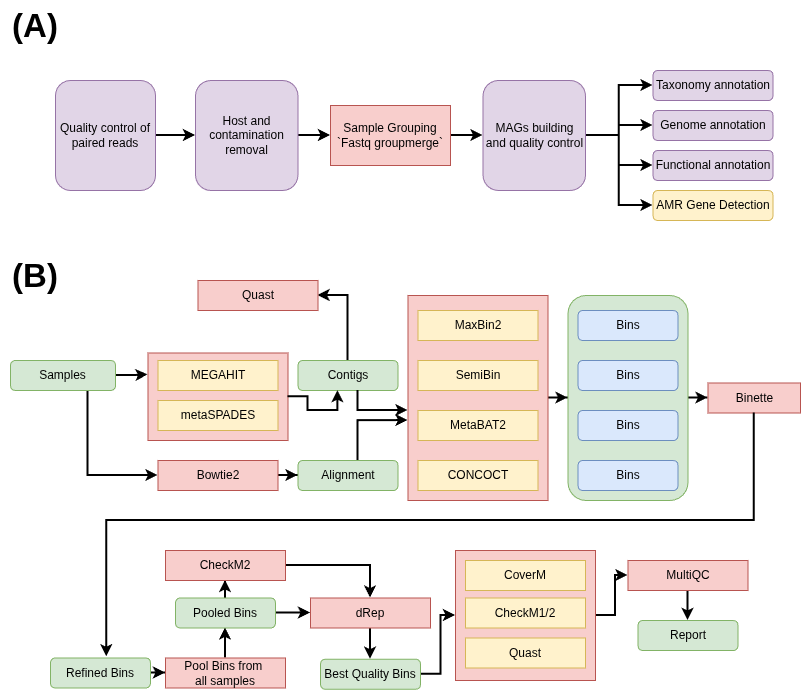
The draw.io diagram Docs/Publication/FAIRyMAGs flowchart.drawio.png in usegalaxy-eu/FAIRyMAGs, before a commit. Source tidied: cells renumbered, new cells last; positions are measured from the earlier drawing's top-left corner, leaving out a move shared by most shapes. Its diagram source:
```xml
<mxGraphModel>
  <root>
    <mxCell id="0" />
    <mxCell id="1" parent="0" />
    <mxCell id="2" style="rounded=0;whiteSpace=wrap;html=1;fillColor=#f8cecc;strokeColor=#b85450;" parent="1" vertex="1">
      <mxGeometry x="147.5" y="352.5" width="140" height="87.5" as="geometry" />
    </mxCell>
    <mxCell id="3" style="edgeStyle=orthogonalEdgeStyle;rounded=0;jettySize=auto;html=1;strokeWidth=2;" parent="1" edge="1" source="4" target="43">
      <mxGeometry relative="1" as="geometry" />
    </mxCell>
    <mxCell id="4" style="rounded=0;whiteSpace=wrap;html=1;fillColor=#f8cecc;strokeColor=#b85450;" parent="1" vertex="1">
      <mxGeometry x="455" y="550" width="140" height="130" as="geometry" />
    </mxCell>
    <mxCell id="5" style="edgeStyle=orthogonalEdgeStyle;rounded=0;jettySize=auto;html=1;strokeWidth=2;" parent="1" edge="1" source="6" target="27">
      <mxGeometry relative="1" as="geometry" />
    </mxCell>
    <mxCell id="6" style="rounded=1;whiteSpace=wrap;html=1;fillColor=#d5e8d4;strokeColor=#82b366;" parent="1" vertex="1">
      <mxGeometry x="567.5" y="295" width="120" height="205" as="geometry" />
    </mxCell>
    <mxCell id="7" style="edgeStyle=orthogonalEdgeStyle;rounded=0;jettySize=auto;html=1;entryX=0;entryY=0.5;entryDx=0;entryDy=0;strokeWidth=2;" parent="1" edge="1" source="8" target="6">
      <mxGeometry relative="1" as="geometry" />
    </mxCell>
    <mxCell id="8" style="rounded=0;whiteSpace=wrap;html=1;fillColor=#f8cecc;strokeColor=#b85450;" parent="1" vertex="1">
      <mxGeometry x="407.5" y="295" width="140" height="205" as="geometry" />
    </mxCell>
    <mxCell id="9" style="edgeStyle=orthogonalEdgeStyle;rounded=0;jettySize=auto;html=1;entryX=0;entryY=0.5;entryDx=0;entryDy=0;strokeWidth=2;" parent="1" edge="1" source="11" target="17">
      <mxGeometry relative="1" as="geometry">
        <Array as="points">
          <mxPoint x="87.5" y="475" />
        </Array>
      </mxGeometry>
    </mxCell>
    <mxCell id="10" style="edgeStyle=orthogonalEdgeStyle;rounded=0;jettySize=auto;html=1;entryX=0;entryY=0.25;entryDx=0;entryDy=0;strokeWidth=2;" parent="1" edge="1" source="11" target="2">
      <mxGeometry relative="1" as="geometry" />
    </mxCell>
    <mxCell id="11" value="Samples" style="rounded=1;whiteSpace=wrap;html=1;fillColor=#d5e8d4;strokeColor=#82b366;" parent="1" vertex="1">
      <mxGeometry x="10" y="360" width="105" height="30" as="geometry" />
    </mxCell>
    <mxCell id="12" style="edgeStyle=orthogonalEdgeStyle;rounded=0;jettySize=auto;html=1;entryX=1;entryY=0.5;entryDx=0;entryDy=0;strokeWidth=2;" parent="1" edge="1" source="13" target="14">
      <mxGeometry relative="1" as="geometry" />
    </mxCell>
    <mxCell id="13" value="Contigs" style="rounded=1;whiteSpace=wrap;html=1;fillColor=#d5e8d4;strokeColor=#82b366;" parent="1" vertex="1">
      <mxGeometry x="297.5" y="360" width="100" height="30" as="geometry" />
    </mxCell>
    <mxCell id="14" value="Quast" style="rounded=0;whiteSpace=wrap;html=1;fillColor=#f8cecc;strokeColor=#b85450;" parent="1" vertex="1">
      <mxGeometry x="197.5" y="280" width="120" height="30" as="geometry" />
    </mxCell>
    <mxCell id="15" value="MEGAHIT" style="rounded=0;whiteSpace=wrap;html=1;fillColor=#fff2cc;strokeColor=#d6b656;" parent="1" vertex="1">
      <mxGeometry x="157.5" y="360" width="120" height="30" as="geometry" />
    </mxCell>
    <mxCell id="16" style="edgeStyle=orthogonalEdgeStyle;rounded=0;jettySize=auto;html=1;entryX=0;entryY=0.5;entryDx=0;entryDy=0;strokeWidth=2;" parent="1" edge="1" source="17" target="23">
      <mxGeometry relative="1" as="geometry" />
    </mxCell>
    <mxCell id="17" value="Bowtie2" style="rounded=0;whiteSpace=wrap;html=1;fillColor=#f8cecc;strokeColor=#b85450;" parent="1" vertex="1">
      <mxGeometry x="157.5" y="460" width="120" height="30" as="geometry" />
    </mxCell>
    <mxCell id="18" value="MaxBin2" style="rounded=0;whiteSpace=wrap;html=1;fillColor=#fff2cc;strokeColor=#d6b656;" parent="1" vertex="1">
      <mxGeometry x="417.5" y="310" width="120" height="30" as="geometry" />
    </mxCell>
    <mxCell id="19" value="SemiBin" style="rounded=0;whiteSpace=wrap;html=1;fillColor=#fff2cc;strokeColor=#d6b656;" parent="1" vertex="1">
      <mxGeometry x="417.5" y="360" width="120" height="30" as="geometry" />
    </mxCell>
    <mxCell id="20" value="MetaBAT2" style="rounded=0;whiteSpace=wrap;html=1;fillColor=#fff2cc;strokeColor=#d6b656;" parent="1" vertex="1">
      <mxGeometry x="417.5" y="410" width="120" height="30" as="geometry" />
    </mxCell>
    <mxCell id="21" value="CONCOCT" style="rounded=0;whiteSpace=wrap;html=1;fillColor=#fff2cc;strokeColor=#d6b656;" parent="1" vertex="1">
      <mxGeometry x="417.5" y="460" width="120" height="30" as="geometry" />
    </mxCell>
    <mxCell id="22" value="Bins" style="rounded=1;whiteSpace=wrap;html=1;fillColor=#dae8fc;strokeColor=#6c8ebf;" parent="1" vertex="1">
      <mxGeometry x="577.5" y="360" width="100" height="30" as="geometry" />
    </mxCell>
    <mxCell id="23" value="Alignment" style="rounded=1;whiteSpace=wrap;html=1;fillColor=#d5e8d4;strokeColor=#82b366;" parent="1" vertex="1">
      <mxGeometry x="297.5" y="460" width="100" height="30" as="geometry" />
    </mxCell>
    <mxCell id="24" value="Bins" style="rounded=1;whiteSpace=wrap;html=1;fillColor=#dae8fc;strokeColor=#6c8ebf;" parent="1" vertex="1">
      <mxGeometry x="577.5" y="310" width="100" height="30" as="geometry" />
    </mxCell>
    <mxCell id="25" value="Bins" style="rounded=1;whiteSpace=wrap;html=1;fillColor=#dae8fc;strokeColor=#6c8ebf;" parent="1" vertex="1">
      <mxGeometry x="577.5" y="410" width="100" height="30" as="geometry" />
    </mxCell>
    <mxCell id="26" value="Bins" style="rounded=1;whiteSpace=wrap;html=1;fillColor=#dae8fc;strokeColor=#6c8ebf;" parent="1" vertex="1">
      <mxGeometry x="577.5" y="460" width="100" height="30" as="geometry" />
    </mxCell>
    <mxCell id="27" value="Binette" style="rounded=0;whiteSpace=wrap;html=1;fillColor=#f8cecc;strokeColor=#b85450;" parent="1" vertex="1">
      <mxGeometry x="707.5" y="382.5" width="92.5" height="30" as="geometry" />
    </mxCell>
    <mxCell id="28" style="edgeStyle=orthogonalEdgeStyle;rounded=0;jettySize=auto;html=1;strokeWidth=2;" parent="1" edge="1" source="29" target="31">
      <mxGeometry relative="1" as="geometry" />
    </mxCell>
    <mxCell id="29" value="Refined Bins" style="rounded=1;whiteSpace=wrap;html=1;fillColor=#d5e8d4;strokeColor=#82b366;" parent="1" vertex="1">
      <mxGeometry x="50" y="657.5" width="100" height="30" as="geometry" />
    </mxCell>
    <mxCell id="30" style="edgeStyle=orthogonalEdgeStyle;rounded=0;jettySize=auto;html=1;entryX=0.5;entryY=1;entryDx=0;entryDy=0;strokeWidth=2;" parent="1" edge="1" source="31" target="36">
      <mxGeometry relative="1" as="geometry" />
    </mxCell>
    <mxCell id="31" value="Pool Bins from&amp;nbsp;&lt;div&gt;all samples&lt;/div&gt;" style="rounded=0;whiteSpace=wrap;html=1;fillColor=#f8cecc;strokeColor=#b85450;" parent="1" vertex="1">
      <mxGeometry x="165" y="657.5" width="120" height="30" as="geometry" />
    </mxCell>
    <mxCell id="32" style="edgeStyle=orthogonalEdgeStyle;rounded=0;jettySize=auto;html=1;entryX=0;entryY=0.5;entryDx=0;entryDy=0;strokeWidth=2;" parent="1" edge="1" source="33" target="4">
      <mxGeometry relative="1" as="geometry">
        <Array as="points">
          <mxPoint x="440.5" y="674" />
          <mxPoint x="440.5" y="615" />
        </Array>
      </mxGeometry>
    </mxCell>
    <mxCell id="33" value="Best Quality Bins" style="rounded=1;whiteSpace=wrap;html=1;fillColor=#d5e8d4;strokeColor=#82b366;" parent="1" vertex="1">
      <mxGeometry x="320" y="658.8" width="100" height="30" as="geometry" />
    </mxCell>
    <mxCell id="34" style="edgeStyle=orthogonalEdgeStyle;rounded=0;jettySize=auto;html=1;entryX=0;entryY=0.5;entryDx=0;entryDy=0;strokeWidth=2;" parent="1" edge="1" source="36" target="38">
      <mxGeometry relative="1" as="geometry" />
    </mxCell>
    <mxCell id="35" style="edgeStyle=orthogonalEdgeStyle;rounded=0;jettySize=auto;html=1;entryX=0.5;entryY=1;entryDx=0;entryDy=0;strokeWidth=2;" parent="1" edge="1" source="36" target="48">
      <mxGeometry relative="1" as="geometry" />
    </mxCell>
    <mxCell id="36" value="Pooled Bins" style="rounded=1;whiteSpace=wrap;html=1;fillColor=#d5e8d4;strokeColor=#82b366;" parent="1" vertex="1">
      <mxGeometry x="175" y="597.5" width="100" height="30" as="geometry" />
    </mxCell>
    <mxCell id="37" style="edgeStyle=orthogonalEdgeStyle;rounded=0;jettySize=auto;html=1;entryX=0.5;entryY=0;entryDx=0;entryDy=0;strokeWidth=2;" parent="1" edge="1" source="38" target="33">
      <mxGeometry relative="1" as="geometry" />
    </mxCell>
    <mxCell id="38" value="dRep" style="rounded=0;whiteSpace=wrap;html=1;fillColor=#f8cecc;strokeColor=#b85450;" parent="1" vertex="1">
      <mxGeometry x="310" y="597.5" width="120" height="30" as="geometry" />
    </mxCell>
    <mxCell id="39" value="CoverM" style="rounded=0;whiteSpace=wrap;html=1;fillColor=#fff2cc;strokeColor=#d6b656;" parent="1" vertex="1">
      <mxGeometry x="465" y="560" width="120" height="30" as="geometry" />
    </mxCell>
    <mxCell id="40" value="CheckM1/2" style="rounded=0;whiteSpace=wrap;html=1;fillColor=#fff2cc;strokeColor=#d6b656;" parent="1" vertex="1">
      <mxGeometry x="465" y="597.5" width="120" height="30" as="geometry" />
    </mxCell>
    <mxCell id="41" value="Quast" style="rounded=0;whiteSpace=wrap;html=1;fillColor=#fff2cc;strokeColor=#d6b656;" parent="1" vertex="1">
      <mxGeometry x="465" y="637.5" width="120" height="30" as="geometry" />
    </mxCell>
    <mxCell id="42" style="edgeStyle=orthogonalEdgeStyle;rounded=0;jettySize=auto;html=1;entryX=0.5;entryY=0;entryDx=0;entryDy=0;strokeWidth=2;" parent="1" edge="1" source="43" target="44">
      <mxGeometry relative="1" as="geometry" />
    </mxCell>
    <mxCell id="43" value="MultiQC" style="rounded=0;whiteSpace=wrap;html=1;fillColor=#f8cecc;strokeColor=#b85450;" parent="1" vertex="1">
      <mxGeometry x="627.5" y="560" width="120" height="30" as="geometry" />
    </mxCell>
    <mxCell id="44" value="Report" style="rounded=1;whiteSpace=wrap;html=1;fillColor=#d5e8d4;strokeColor=#82b366;" parent="1" vertex="1">
      <mxGeometry x="637.5" y="620" width="100" height="30" as="geometry" />
    </mxCell>
    <mxCell id="45" style="edgeStyle=orthogonalEdgeStyle;rounded=0;jettySize=auto;html=1;entryX=0;entryY=0.61;entryDx=0;entryDy=0;entryPerimeter=0;strokeWidth=2;" parent="1" edge="1" source="23" target="8">
      <mxGeometry relative="1" as="geometry">
        <Array as="points">
          <mxPoint x="357.5" y="420" />
        </Array>
      </mxGeometry>
    </mxCell>
    <mxCell id="46" style="edgeStyle=orthogonalEdgeStyle;rounded=0;jettySize=auto;html=1;entryX=0;entryY=0.561;entryDx=0;entryDy=0;entryPerimeter=0;strokeWidth=2;" parent="1" edge="1" source="13" target="8">
      <mxGeometry relative="1" as="geometry">
        <Array as="points">
          <mxPoint x="357.5" y="410" />
        </Array>
      </mxGeometry>
    </mxCell>
    <mxCell id="47" style="edgeStyle=orthogonalEdgeStyle;rounded=0;jettySize=auto;html=1;entryX=0.5;entryY=0;entryDx=0;entryDy=0;strokeWidth=2;" parent="1" edge="1" source="48" target="38">
      <mxGeometry relative="1" as="geometry" />
    </mxCell>
    <mxCell id="48" value="CheckM2" style="rounded=0;whiteSpace=wrap;html=1;fillColor=#f8cecc;strokeColor=#b85450;" parent="1" vertex="1">
      <mxGeometry x="165" y="550" width="120" height="30" as="geometry" />
    </mxCell>
    <mxCell id="49" value="metaSPADES" style="rounded=0;whiteSpace=wrap;html=1;fillColor=#fff2cc;strokeColor=#d6b656;" parent="1" vertex="1">
      <mxGeometry x="157.5" y="400" width="120" height="30" as="geometry" />
    </mxCell>
    <mxCell id="50" style="edgeStyle=orthogonalEdgeStyle;rounded=0;jettySize=auto;html=1;entryX=0.399;entryY=1.005;entryDx=0;entryDy=0;entryPerimeter=0;strokeWidth=2;" parent="1" edge="1" source="2" target="13">
      <mxGeometry relative="1" as="geometry" />
    </mxCell>
    <mxCell id="51" style="edgeStyle=orthogonalEdgeStyle;rounded=0;jettySize=auto;html=1;entryX=0;entryY=0.5;entryDx=0;entryDy=0;strokeWidth=2;" parent="1" edge="1" source="52" target="54">
      <mxGeometry relative="1" as="geometry" />
    </mxCell>
    <mxCell id="52" value="Quality control of paired reads" style="rounded=1;whiteSpace=wrap;html=1;fillColor=#e1d5e7;strokeColor=#9673a6;" parent="1" vertex="1">
      <mxGeometry x="55" y="80" width="100" height="110" as="geometry" />
    </mxCell>
    <mxCell id="53" style="edgeStyle=orthogonalEdgeStyle;rounded=0;jettySize=auto;html=1;strokeWidth=2;" parent="1" edge="1" source="54" target="56">
      <mxGeometry relative="1" as="geometry" />
    </mxCell>
    <mxCell id="54" value="Host and contamination removal" style="rounded=1;whiteSpace=wrap;html=1;fillColor=#e1d5e7;strokeColor=#9673a6;" parent="1" vertex="1">
      <mxGeometry x="195" y="80" width="102.5" height="110" as="geometry" />
    </mxCell>
    <mxCell id="55" style="edgeStyle=orthogonalEdgeStyle;rounded=0;jettySize=auto;html=1;entryX=0;entryY=0.5;entryDx=0;entryDy=0;strokeWidth=2;" parent="1" edge="1" source="56" target="66">
      <mxGeometry relative="1" as="geometry" />
    </mxCell>
    <mxCell id="56" value="Sample Grouping&lt;div&gt;&lt;div&gt;`Fastq groupmerge`&lt;/div&gt;&lt;/div&gt;" style="rounded=0;whiteSpace=wrap;html=1;fillColor=#f8cecc;strokeColor=#b85450;" parent="1" vertex="1">
      <mxGeometry x="330" y="105" width="120" height="60" as="geometry" />
    </mxCell>
    <mxCell id="57" value="Taxonomy annotation" style="rounded=1;whiteSpace=wrap;html=1;fillColor=#e1d5e7;strokeColor=#9673a6;" parent="1" vertex="1">
      <mxGeometry x="652.5" y="70" width="120" height="30" as="geometry" />
    </mxCell>
    <mxCell id="58" value="Genome annotation" style="rounded=1;whiteSpace=wrap;html=1;fillColor=#e1d5e7;strokeColor=#9673a6;" parent="1" vertex="1">
      <mxGeometry x="652.5" y="110" width="120" height="30" as="geometry" />
    </mxCell>
    <mxCell id="59" value="Functional annotation" style="rounded=1;whiteSpace=wrap;html=1;fillColor=#e1d5e7;strokeColor=#9673a6;" parent="1" vertex="1">
      <mxGeometry x="652.5" y="150" width="120" height="30" as="geometry" />
    </mxCell>
    <mxCell id="60" value="AMR Gene Detection" style="rounded=1;whiteSpace=wrap;html=1;fillColor=#fff2cc;strokeColor=#d6b656;" parent="1" vertex="1">
      <mxGeometry x="652.5" y="190" width="120" height="30" as="geometry" />
    </mxCell>
    <mxCell id="61" style="edgeStyle=orthogonalEdgeStyle;rounded=0;jettySize=auto;html=1;entryX=0.562;entryY=-0.044;entryDx=0;entryDy=0;entryPerimeter=0;strokeWidth=2;" parent="1" edge="1" source="27" target="29">
      <mxGeometry relative="1" as="geometry">
        <Array as="points">
          <mxPoint x="754" y="520" />
          <mxPoint x="106" y="520" />
        </Array>
      </mxGeometry>
    </mxCell>
    <mxCell id="62" style="edgeStyle=orthogonalEdgeStyle;rounded=0;jettySize=auto;html=1;entryX=0;entryY=0.5;entryDx=0;entryDy=0;strokeWidth=2;" parent="1" edge="1" source="66" target="57">
      <mxGeometry relative="1" as="geometry" />
    </mxCell>
    <mxCell id="63" style="edgeStyle=orthogonalEdgeStyle;rounded=0;jettySize=auto;html=1;entryX=0;entryY=0.5;entryDx=0;entryDy=0;strokeWidth=2;" parent="1" edge="1" source="66" target="58">
      <mxGeometry relative="1" as="geometry" />
    </mxCell>
    <mxCell id="64" style="edgeStyle=orthogonalEdgeStyle;rounded=0;jettySize=auto;html=1;entryX=0;entryY=0.5;entryDx=0;entryDy=0;strokeWidth=2;" parent="1" edge="1" source="66" target="59">
      <mxGeometry relative="1" as="geometry" />
    </mxCell>
    <mxCell id="65" style="edgeStyle=orthogonalEdgeStyle;rounded=0;jettySize=auto;html=1;entryX=0;entryY=0.5;entryDx=0;entryDy=0;strokeWidth=2;" parent="1" edge="1" source="66" target="60">
      <mxGeometry relative="1" as="geometry" />
    </mxCell>
    <mxCell id="66" value="MAGs building and quality control" style="rounded=1;whiteSpace=wrap;html=1;fillColor=#e1d5e7;strokeColor=#9673a6;" parent="1" vertex="1">
      <mxGeometry x="482.5" y="80" width="102.5" height="110" as="geometry" />
    </mxCell>
    <mxCell id="67" style="edgeStyle=orthogonalEdgeStyle;rounded=0;orthogonalLoop=1;jettySize=auto;html=1;exitX=0.5;exitY=1;exitDx=0;exitDy=0;" parent="1" edge="1" source="56" target="56">
      <mxGeometry relative="1" as="geometry" />
    </mxCell>
    <mxCell id="68" value="&lt;b&gt;&lt;font style=&quot;font-size: 33px;&quot;&gt;(A)&lt;/font&gt;&lt;/b&gt;" style="text;html=1;whiteSpace=wrap;strokeColor=none;fillColor=none;align=center;verticalAlign=middle;rounded=0;" parent="1" vertex="1">
      <mxGeometry width="70" height="50" as="geometry" />
    </mxCell>
    <mxCell id="69" value="&lt;b&gt;&lt;font style=&quot;font-size: 33px;&quot;&gt;(B)&lt;/font&gt;&lt;/b&gt;" style="text;html=1;whiteSpace=wrap;strokeColor=none;fillColor=none;align=center;verticalAlign=middle;rounded=0;" parent="1" vertex="1">
      <mxGeometry y="250" width="70" height="50" as="geometry" />
    </mxCell>
  </root>
</mxGraphModel>
```
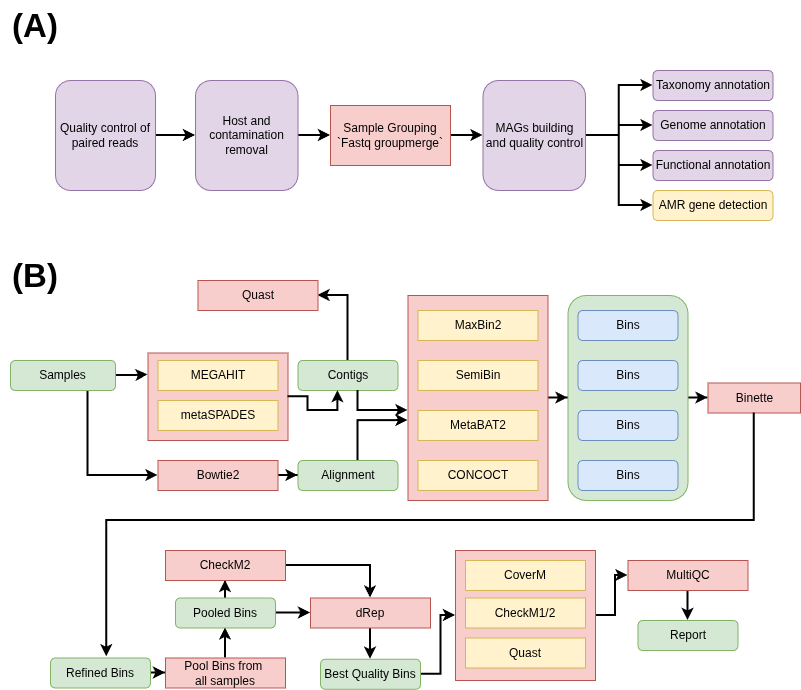
Later version of the same file.

What changed in the source:
```diff
@@ -193,7 +193,7 @@
     <mxCell id="59" value="Functional annotation" style="rounded=1;whiteSpace=wrap;html=1;fillColor=#e1d5e7;strokeColor=#9673a6;" parent="1" vertex="1">
       <mxGeometry x="652.5" y="150" width="120" height="30" as="geometry" />
     </mxCell>
-    <mxCell id="60" value="AMR Gene Detection" style="rounded=1;whiteSpace=wrap;html=1;fillColor=#fff2cc;strokeColor=#d6b656;" parent="1" vertex="1">
+    <mxCell id="60" value="AMR gene detection" style="rounded=1;whiteSpace=wrap;html=1;fillColor=#fff2cc;strokeColor=#d6b656;" parent="1" vertex="1">
       <mxGeometry x="652.5" y="190" width="120" height="30" as="geometry" />
     </mxCell>
     <mxCell id="61" style="edgeStyle=orthogonalEdgeStyle;rounded=0;jettySize=auto;html=1;entryX=0.562;entryY=-0.044;entryDx=0;entryDy=0;entryPerimeter=0;strokeWidth=2;" parent="1" edge="1" source="27" target="29">
```
